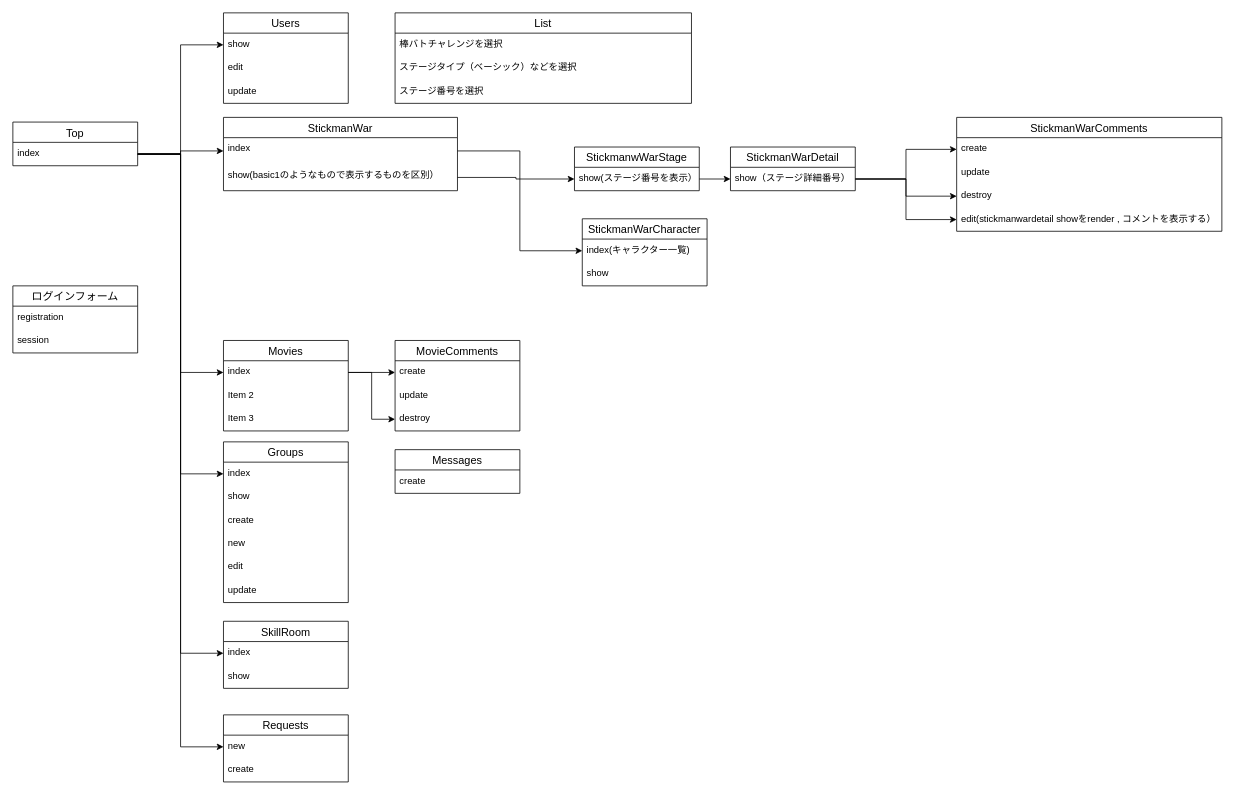
runba3011/runba_home keeps this draw.io diagram as flow.dio. Above is the earlier version. Source tidied: cells renumbered, new cells numbered last; positions are measured from the earlier drawing's top-left corner, leaving out a move shared by most shapes. Both pictures are drawn from the tidied source at 78%, with x=0, y=0 at pixel (12, 12).
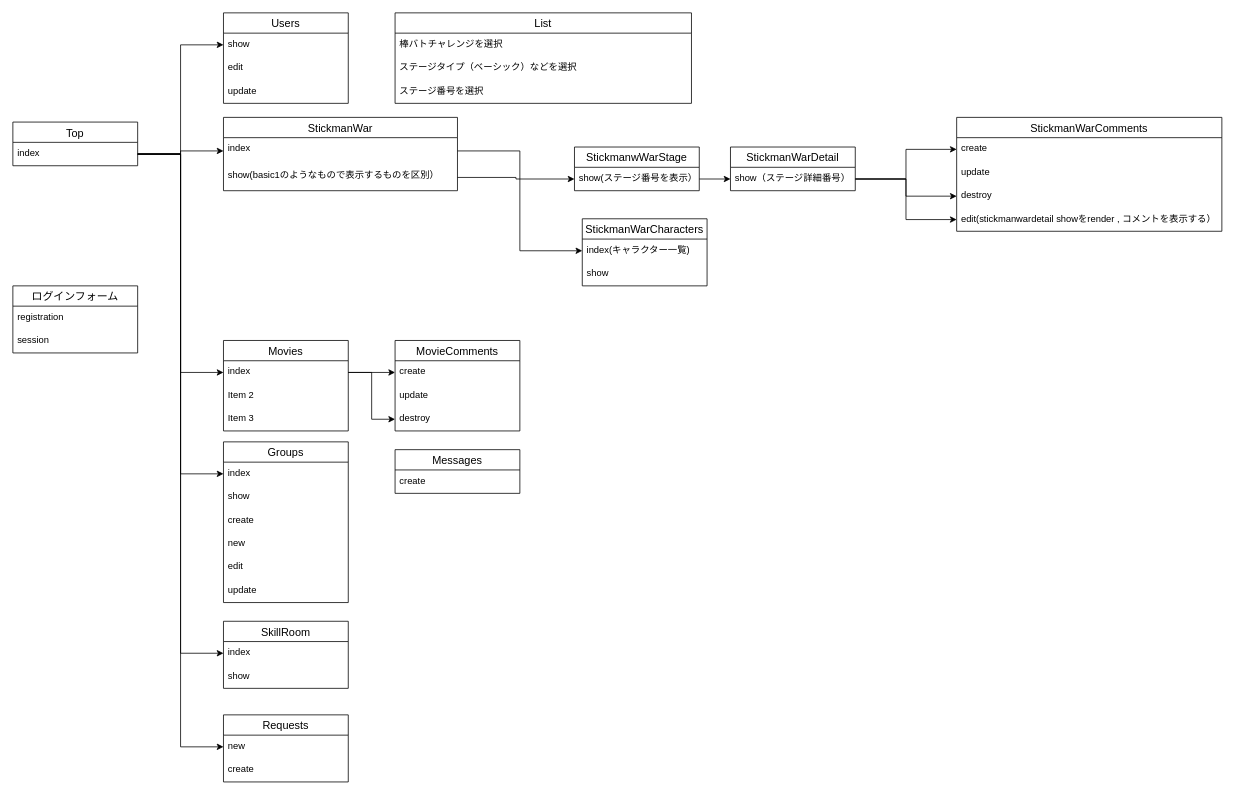
The same diagram, later.

Diff of the diagram source:
```diff
@@
-    <mxCell id="53" value="StickmanWarCharacter" style="swimlane;fontStyle=0;horizontal=1;startSize=26;align=center;fontSize=14;" parent="1" vertex="1">
+    <mxCell id="53" value="StickmanWarCharacters" style="swimlane;fontStyle=0;horizontal=1;startSize=26;align=center;fontSize=14;" parent="1" vertex="1">
       <mxGeometry x="730" y="264" width="160" height="86" as="geometry" />
     </mxCell>
```
